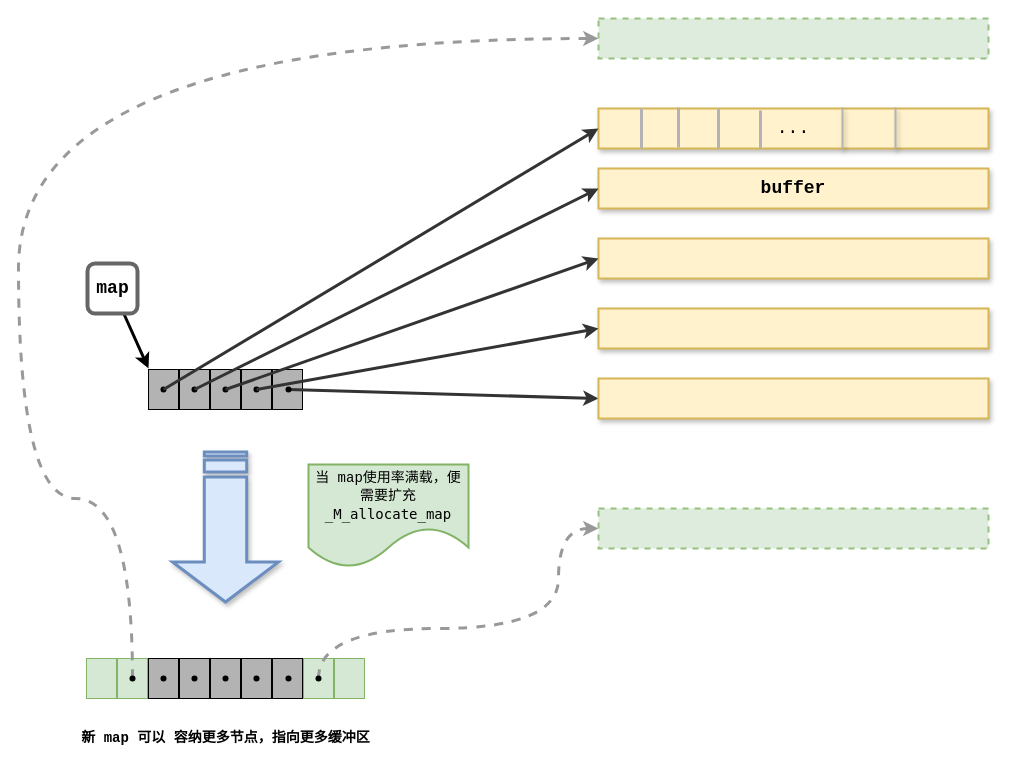
Earlier version of the draw.io diagram BlogImages/STL/deque-map-node-buffer.drawio (JoyChenNo1/JoyChenNo1.github.io). Source tidied: cells renumbered, new cells numbered last; positions are measured from the earlier drawing's top-left corner, leaving out a move shared by most shapes. Both pictures are drawn from the tidied source at 100%, with x=0, y=0 at pixel (18, 18).
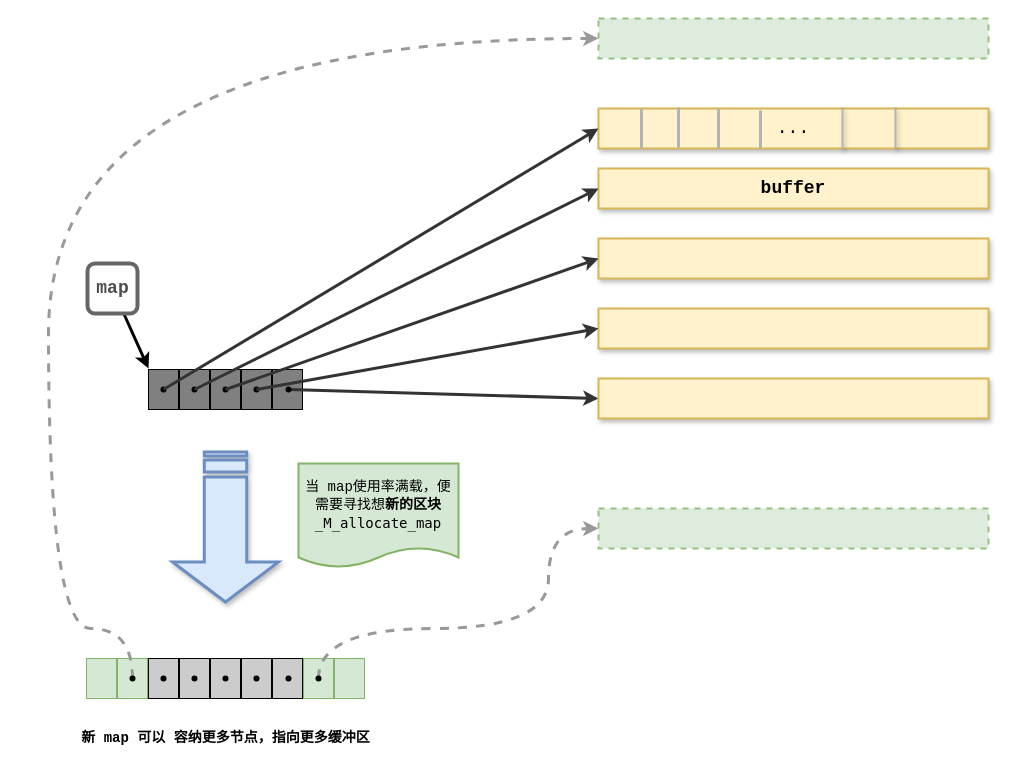
The same page after the edit.

Unchanged cells that the change refers to:
```xml
<mxCell id="46" style="shape=waypoint;sketch=0;fillStyle=solid;size=6;points=[];perimeter=centerPerimeter;snapToPoint=1;rounded=1;comic=0;fillColor=#B3B3B3;gradientDirection=north;" parent="1" vertex="1">
  <mxGeometry x="280" y="640" width="40" height="40" as="geometry" />
</mxCell>
<mxCell id="48" style="shape=waypoint;sketch=0;fillStyle=solid;size=6;points=[];perimeter=centerPerimeter;snapToPoint=1;rounded=1;comic=0;fillColor=#B3B3B3;gradientDirection=north;" parent="1" vertex="1">
  <mxGeometry x="94" y="640" width="40" height="40" as="geometry" />
</mxCell>
<mxCell id="49" style="rounded=0;whiteSpace=wrap;html=1;comic=0;strokeWidth=2;fillColor=#d5e8d4;strokeColor=#82b366;shadow=0;opacity=80;dashed=1;" parent="1" vertex="1">
  <mxGeometry x="580" y="490" width="390" height="40" as="geometry" />
</mxCell>
<mxCell id="50" style="rounded=0;whiteSpace=wrap;html=1;comic=0;strokeWidth=2;fillColor=#d5e8d4;strokeColor=#82b366;shadow=0;opacity=80;dashed=1;" parent="1" vertex="1">
  <mxGeometry x="580" width="390" height="40" as="geometry" />
</mxCell>
```

The edit, as a diff of the source:
```diff
@@
-    <mxCell id="2" style="rounded=0;whiteSpace=wrap;html=1;comic=0;fillColor=#B3B3B3;gradientDirection=north;" parent="1" vertex="1">
+    <mxCell id="2" style="rounded=0;whiteSpace=wrap;html=1;comic=0;gradientDirection=north;fillColor=#808080;" parent="1" vertex="1">
       <mxGeometry x="130" y="351" width="30" height="40" as="geometry" />
     </mxCell>
-    <mxCell id="3" style="shape=waypoint;sketch=0;fillStyle=solid;size=6;points=[];perimeter=centerPerimeter;snapToPoint=1;rounded=1;comic=0;fillColor=#B3B3B3;gradientDirection=north;" parent="1" vertex="1">
+    <mxCell id="3" style="shape=waypoint;sketch=0;fillStyle=solid;size=6;points=[];perimeter=centerPerimeter;snapToPoint=1;rounded=1;comic=0;gradientDirection=north;fillColor=#808080;" parent="1" vertex="1">
       <mxGeometry x="125" y="351" width="40" height="40" as="geometry" />
     </mxCell>
-    <mxCell id="4" style="rounded=0;whiteSpace=wrap;html=1;comic=0;fillColor=#B3B3B3;gradientDirection=north;" parent="1" vertex="1">
+    <mxCell id="4" style="rounded=0;whiteSpace=wrap;html=1;comic=0;gradientDirection=north;fillColor=#808080;" parent="1" vertex="1">
       <mxGeometry x="161" y="351" width="30" height="40" as="geometry" />
     </mxCell>
-    <mxCell id="5" style="shape=waypoint;sketch=0;fillStyle=solid;size=6;points=[];perimeter=centerPerimeter;snapToPoint=1;rounded=1;comic=0;fillColor=#B3B3B3;gradientDirection=north;" parent="1" vertex="1">
+    <mxCell id="5" style="shape=waypoint;sketch=0;fillStyle=solid;size=6;points=[];perimeter=centerPerimeter;snapToPoint=1;rounded=1;comic=0;gradientDirection=north;fillColor=#808080;" parent="1" vertex="1">
       <mxGeometry x="156" y="351" width="40" height="40" as="geometry" />
     </mxCell>
-    <mxCell id="6" style="rounded=0;whiteSpace=wrap;html=1;comic=0;fillColor=#B3B3B3;gradientDirection=north;" parent="1" vertex="1">
+    <mxCell id="6" style="rounded=0;whiteSpace=wrap;html=1;comic=0;gradientDirection=north;fillColor=#808080;" parent="1" vertex="1">
       <mxGeometry x="192" y="351" width="30" height="40" as="geometry" />
     </mxCell>
-    <mxCell id="7" style="shape=waypoint;sketch=0;fillStyle=solid;size=6;points=[];perimeter=centerPerimeter;snapToPoint=1;rounded=1;comic=0;fillColor=#B3B3B3;gradientDirection=north;" parent="1" vertex="1">
+    <mxCell id="7" style="shape=waypoint;sketch=0;fillStyle=solid;size=6;points=[];perimeter=centerPerimeter;snapToPoint=1;rounded=1;comic=0;gradientDirection=north;fillColor=#808080;" parent="1" vertex="1">
       <mxGeometry x="187" y="351" width="40" height="40" as="geometry" />
     </mxCell>
-    <mxCell id="8" style="rounded=0;whiteSpace=wrap;html=1;comic=0;fillColor=#B3B3B3;gradientDirection=north;" parent="1" vertex="1">
+    <mxCell id="8" style="rounded=0;whiteSpace=wrap;html=1;comic=0;gradientDirection=north;fillColor=#808080;" parent="1" vertex="1">
       <mxGeometry x="223" y="351" width="30" height="40" as="geometry" />
     </mxCell>
-    <mxCell id="9" style="shape=waypoint;sketch=0;fillStyle=solid;size=6;points=[];perimeter=centerPerimeter;snapToPoint=1;rounded=1;comic=0;fillColor=#B3B3B3;gradientDirection=north;" parent="1" vertex="1">
+    <mxCell id="9" style="shape=waypoint;sketch=0;fillStyle=solid;size=6;points=[];perimeter=centerPerimeter;snapToPoint=1;rounded=1;comic=0;gradientDirection=north;fillColor=#808080;" parent="1" vertex="1">
       <mxGeometry x="218" y="351" width="40" height="40" as="geometry" />
     </mxCell>
-    <mxCell id="10" style="rounded=0;whiteSpace=wrap;html=1;comic=0;fillColor=#B3B3B3;gradientDirection=north;" parent="1" vertex="1">
+    <mxCell id="10" style="rounded=0;whiteSpace=wrap;html=1;comic=0;gradientDirection=north;fillColor=#808080;" parent="1" vertex="1">
       <mxGeometry x="254" y="351" width="30" height="40" as="geometry" />
     </mxCell>
@@
-    <mxCell id="12" style="shape=waypoint;sketch=0;fillStyle=solid;size=6;points=[];perimeter=centerPerimeter;snapToPoint=1;rounded=1;comic=0;fillColor=#B3B3B3;gradientDirection=north;" parent="1" vertex="1">
+    <mxCell id="12" style="shape=waypoint;sketch=0;fillStyle=solid;size=6;points=[];perimeter=centerPerimeter;snapToPoint=1;rounded=1;comic=0;gradientDirection=north;fillColor=#808080;" parent="1" vertex="1">
       <mxGeometry x="250" y="351" width="40" height="40" as="geometry" />
     </mxCell>
@@
-    <mxCell id="27" value="&lt;font face=&quot;Courier New&quot; style=&quot;font-size: 18px&quot;&gt;&lt;b&gt;&lt;br&gt;map&lt;br&gt;&lt;br&gt;&lt;/b&gt;&lt;/font&gt;" style="text;html=1;align=center;verticalAlign=middle;points=[];rounded=1;strokeColor=#666666;strokeWidth=4;" parent="1" vertex="1">
+    <mxCell id="27" value="&lt;font face=&quot;Courier New&quot; style=&quot;font-size: 18px&quot;&gt;&lt;b&gt;&lt;font color=&quot;#4d4d4d&quot;&gt;&lt;br&gt;map&lt;br&gt;&lt;/font&gt;&lt;br&gt;&lt;/b&gt;&lt;/font&gt;" style="text;html=1;align=center;verticalAlign=middle;points=[];rounded=1;strokeColor=#666666;strokeWidth=4;" parent="1" vertex="1">
       <mxGeometry x="69" y="245" width="50" height="50" as="geometry" />
     </mxCell>
@@
-    <mxCell id="30" value="&lt;p style=&quot;line-height: 150%&quot;&gt;&lt;font face=&quot;Courier New&quot; style=&quot;font-size: 14px&quot;&gt;当 map使用率满载，便需要扩充&lt;/font&gt;&lt;span style=&quot;font-family: &amp;#34;monaco&amp;#34; , &amp;#34;droid sans mono&amp;#34; , monospace , monospace , &amp;#34;droid sans fallback&amp;#34; ; font-size: 14px&quot;&gt;_M_allocate_map&lt;/span&gt;&lt;/p&gt;" style="shape=document;whiteSpace=wrap;html=1;boundedLbl=1;rounded=1;shadow=0;comic=0;strokeColor=#82b366;strokeWidth=2;fillColor=#d5e8d4;sketch=0;size=0.3883495145631068;" parent="1" vertex="1">
-      <mxGeometry x="290" y="446" width="160" height="103" as="geometry" />
+    <mxCell id="30" value="&lt;p style=&quot;line-height: 150%&quot;&gt;&lt;font face=&quot;Courier New&quot; style=&quot;font-size: 14px&quot;&gt;当 map使用率满载，便需要寻找想&lt;b&gt;新的区块&lt;/b&gt;&lt;/font&gt;&lt;span style=&quot;font-family: &amp;#34;monaco&amp;#34; , &amp;#34;droid sans mono&amp;#34; , monospace , monospace , &amp;#34;droid sans fallback&amp;#34; ; font-size: 14px&quot;&gt;_M_allocate_map&lt;/span&gt;&lt;/p&gt;" style="shape=document;whiteSpace=wrap;html=1;boundedLbl=1;rounded=1;shadow=0;comic=0;strokeColor=#82b366;strokeWidth=2;fillColor=#d5e8d4;sketch=0;size=0.19230769230769232;" parent="1" vertex="1">
+      <mxGeometry x="280" y="445" width="160" height="104" as="geometry" />
     </mxCell>
-    <mxCell id="31" style="rounded=0;whiteSpace=wrap;html=1;comic=0;fillColor=#B3B3B3;gradientDirection=north;" parent="1" vertex="1">
+    <mxCell id="31" style="rounded=0;whiteSpace=wrap;html=1;comic=0;gradientDirection=north;fillColor=#CCCCCC;" parent="1" vertex="1">
       <mxGeometry x="130" y="640" width="30" height="40" as="geometry" />
     </mxCell>
@@
-    <mxCell id="33" style="rounded=0;whiteSpace=wrap;html=1;comic=0;fillColor=#B3B3B3;gradientDirection=north;" parent="1" vertex="1">
+    <mxCell id="33" style="rounded=0;whiteSpace=wrap;html=1;comic=0;gradientDirection=north;fillColor=#CCCCCC;" parent="1" vertex="1">
       <mxGeometry x="161" y="640" width="30" height="40" as="geometry" />
     </mxCell>
-    <mxCell id="34" style="shape=waypoint;sketch=0;fillStyle=solid;size=6;perimeter=centerPerimeter;rounded=1;comic=0;fillColor=#B3B3B3;gradientDirection=north;" parent="1" vertex="1">
+    <mxCell id="34" style="shape=waypoint;sketch=0;fillStyle=solid;size=6;perimeter=centerPerimeter;rounded=1;comic=0;gradientDirection=north;fillColor=#CCCCCC;" parent="1" vertex="1">
       <mxGeometry x="156" y="640" width="40" height="40" as="geometry" />
     </mxCell>
-    <mxCell id="35" style="rounded=0;whiteSpace=wrap;html=1;comic=0;fillColor=#B3B3B3;gradientDirection=north;" parent="1" vertex="1">
+    <mxCell id="35" style="rounded=0;whiteSpace=wrap;html=1;comic=0;gradientDirection=north;fillColor=#CCCCCC;" parent="1" vertex="1">
       <mxGeometry x="192" y="640" width="30" height="40" as="geometry" />
     </mxCell>
-    <mxCell id="36" style="shape=waypoint;sketch=0;fillStyle=solid;size=6;perimeter=centerPerimeter;rounded=1;comic=0;fillColor=#B3B3B3;gradientDirection=north;" parent="1" vertex="1">
+    <mxCell id="36" style="shape=waypoint;sketch=0;fillStyle=solid;size=6;perimeter=centerPerimeter;rounded=1;comic=0;gradientDirection=north;fillColor=#CCCCCC;" parent="1" vertex="1">
       <mxGeometry x="187" y="640" width="40" height="40" as="geometry" />
     </mxCell>
-    <mxCell id="37" style="rounded=0;whiteSpace=wrap;html=1;comic=0;fillColor=#B3B3B3;gradientDirection=north;" parent="1" vertex="1">
+    <mxCell id="37" style="rounded=0;whiteSpace=wrap;html=1;comic=0;gradientDirection=north;fillColor=#CCCCCC;" parent="1" vertex="1">
       <mxGeometry x="223" y="640" width="30" height="40" as="geometry" />
     </mxCell>
-    <mxCell id="38" style="shape=waypoint;sketch=0;fillStyle=solid;size=6;perimeter=centerPerimeter;rounded=1;comic=0;fillColor=#B3B3B3;gradientDirection=north;" parent="1" vertex="1">
+    <mxCell id="38" style="shape=waypoint;sketch=0;fillStyle=solid;size=6;perimeter=centerPerimeter;rounded=1;comic=0;gradientDirection=north;fillColor=#CCCCCC;" parent="1" vertex="1">
       <mxGeometry x="218" y="640" width="40" height="40" as="geometry" />
     </mxCell>
-    <mxCell id="39" style="rounded=0;whiteSpace=wrap;html=1;comic=0;fillColor=#B3B3B3;gradientDirection=north;" parent="1" vertex="1">
+    <mxCell id="39" style="rounded=0;whiteSpace=wrap;html=1;comic=0;gradientDirection=north;fillColor=#CCCCCC;" parent="1" vertex="1">
       <mxGeometry x="254" y="640" width="30" height="40" as="geometry" />
     </mxCell>
-    <mxCell id="40" style="shape=waypoint;sketch=0;fillStyle=solid;size=6;perimeter=centerPerimeter;rounded=1;comic=0;fillColor=#B3B3B3;gradientDirection=north;" parent="1" vertex="1">
-      <mxGeometry x="250" y="640" width="40" height="40" as="geometry" />
-    </mxCell>
@@
     <mxCell id="45" style="edgeStyle=orthogonalEdgeStyle;rounded=0;jettySize=auto;html=1;entryX=0;entryY=0.5;entryDx=0;entryDy=0;strokeWidth=3;curved=1;fillColor=#d5e8d4;dashed=1;strokeColor=#999999;" parent="1" edge="1" source="46" target="49">
       <mxGeometry relative="1" as="geometry">
         <Array as="points">
           <mxPoint x="300" y="610" />
-          <mxPoint x="540" y="610" />
-          <mxPoint x="540" y="510" />
+          <mxPoint x="530" y="610" />
+          <mxPoint x="530" y="510" />
         </Array>
       </mxGeometry>
     </mxCell>
@@
     <mxCell id="47" style="edgeStyle=orthogonalEdgeStyle;rounded=0;jettySize=auto;html=1;entryX=0;entryY=0.5;entryDx=0;entryDy=0;strokeWidth=3;curved=1;fillColor=#d5e8d4;dashed=1;strokeColor=#999999;" parent="1" edge="1" source="48" target="50">
       <mxGeometry relative="1" as="geometry">
         <Array as="points">
-          <mxPoint x="114" y="480" />
-          <mxPoint y="480" />
-          <mxPoint y="20" />
+          <mxPoint x="114" y="610" />
+          <mxPoint x="30" y="610" />
+          <mxPoint x="30" y="20" />
         </Array>
       </mxGeometry>
     </mxCell>
@@
+    <mxCell id="40" style="shape=waypoint;sketch=0;fillStyle=solid;size=6;perimeter=centerPerimeter;rounded=1;comic=0;gradientDirection=north;fillColor=#B3B3B3;" parent="1" vertex="1">
+      <mxGeometry x="250" y="640" width="40" height="40" as="geometry" />
+    </mxCell>
```
